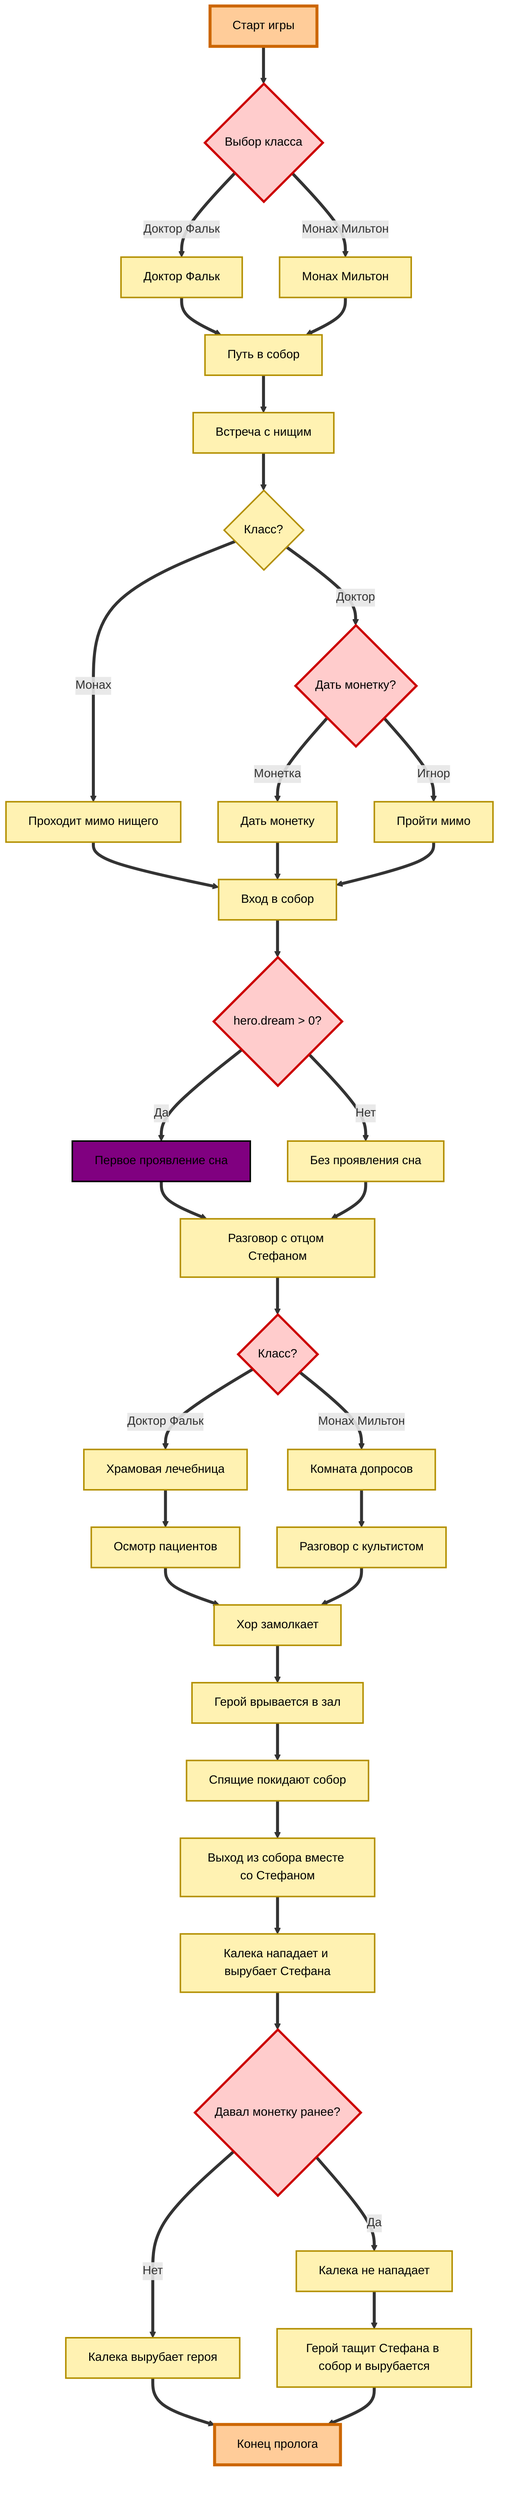
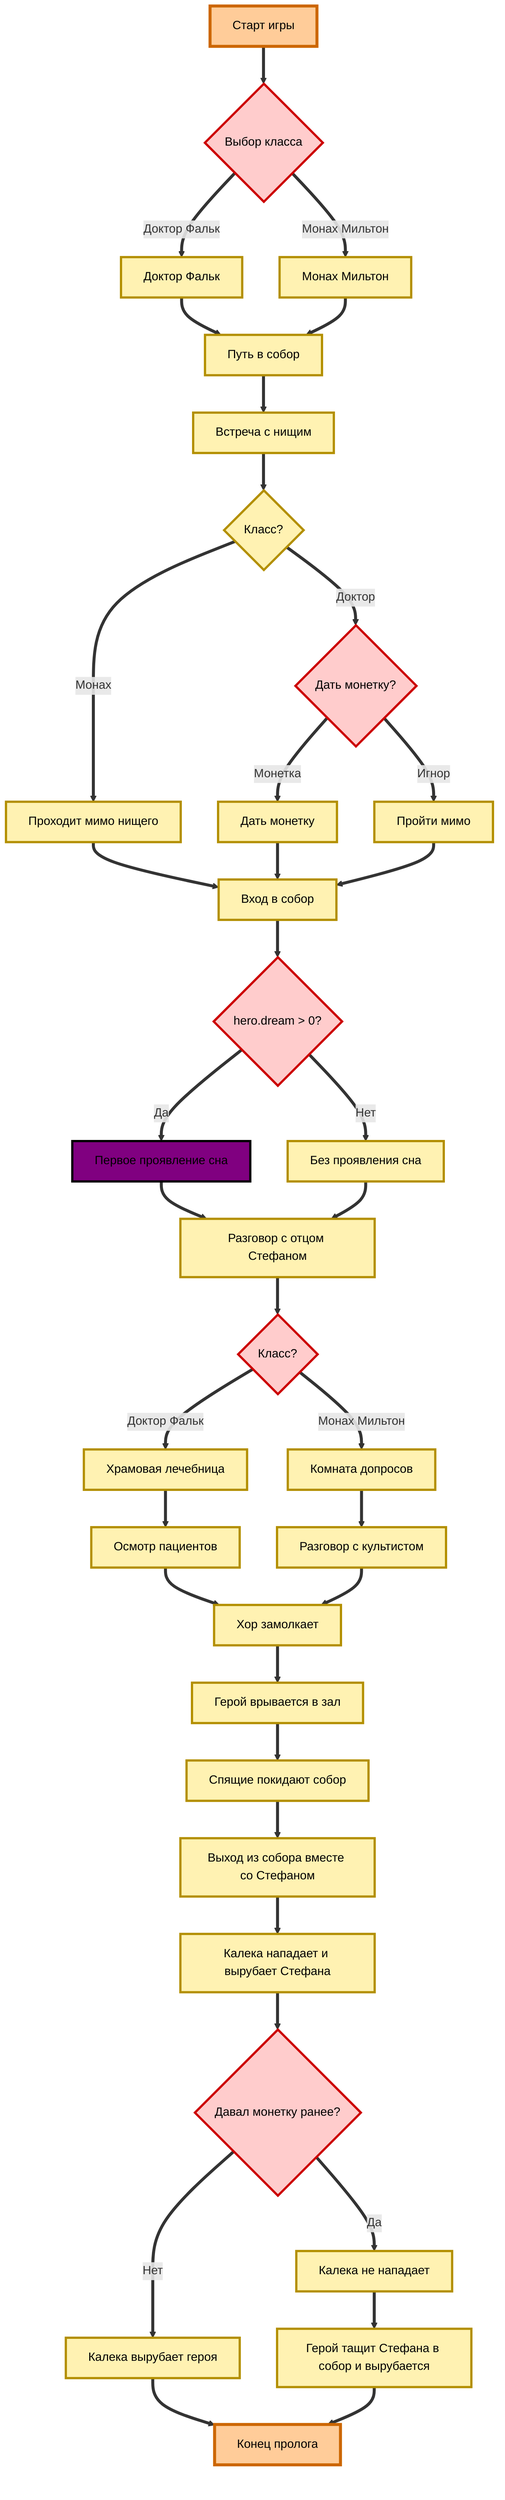
flowchart TD

START[Старт игры] --> B{Выбор класса}

B -->|Доктор Фальк| C1[Доктор Фальк]
B -->|Монах Мильтон| C2[Монах Мильтон]

C1 --> D[Путь в собор]
C2 --> D

D --> E[Встреча с нищим]

E --> F{Класс?}

F -->|Монах| G1[Проходит мимо нищего]
F -->|Доктор| H{Дать монетку?}

H -->|Монетка| G2[Дать монетку]
H -->|Игнор| G3[Пройти мимо]

G1 --> I[Вход в собор]
G2 --> I
G3 --> I

I --> J{hero.dream > 0?}

J -->|Да| K[Первое проявление сна]
J -->|Нет| L[Без проявления сна]

K --> M[Разговор с отцом Стефаном]
L --> M

M --> N{Класс?}

N -->|Доктор Фальк| O[Храмовая лечебница]
N -->|Монах Мильтон| P[Комната допросов]

O --> O1[Осмотр пациентов]
P --> P1[Разговор с культистом]

O1 --> Q[Хор замолкает]
P1 --> Q

Q --> R[Герой врывается в зал]

R --> S[Спящие покидают собор]

S --> T[Выход из собора вместе со Стефаном]

T --> U[Калека нападает и вырубает Стефана]

U --> V{Давал монетку ранее?}

V -->|Да| W1[Калека не нападает]
V -->|Нет| W2[Калека вырубает героя]

W1 --> Y[Герой тащит Стефана в собор и вырубается]
W2 --> END[Конец пролога]
Y --> END[Конец пролога]

class START,END act
class B,F,H,J,N,V condition
class C,C1,C2,D,E,F,G1,G2,G3,I,L,M,O,O1,P,P1,Q,R,S,T,U,W1,Y,W2 neutral
class K dream

classDef act fill:#ffcc99,stroke:#cc6600,stroke-width:4px,color:#000
classDef condition fill:#ffcccc,stroke:#cc0000,stroke-width:3px,color:#000
- classDef neutral fill:#fff2b2,stroke:#b38f00,stroke-width:2px,color:#000
- classDef dream fill:#800080,stroke:#000,stroke-width:2px,color:#000
+ classDef neutral fill:#fff2b2,stroke:#b38f00,stroke-width:3px,color:#000
+ classDef dream fill:#800080,stroke:#000,stroke-width:3px,color:#000

linkStyle default stroke-width:4px